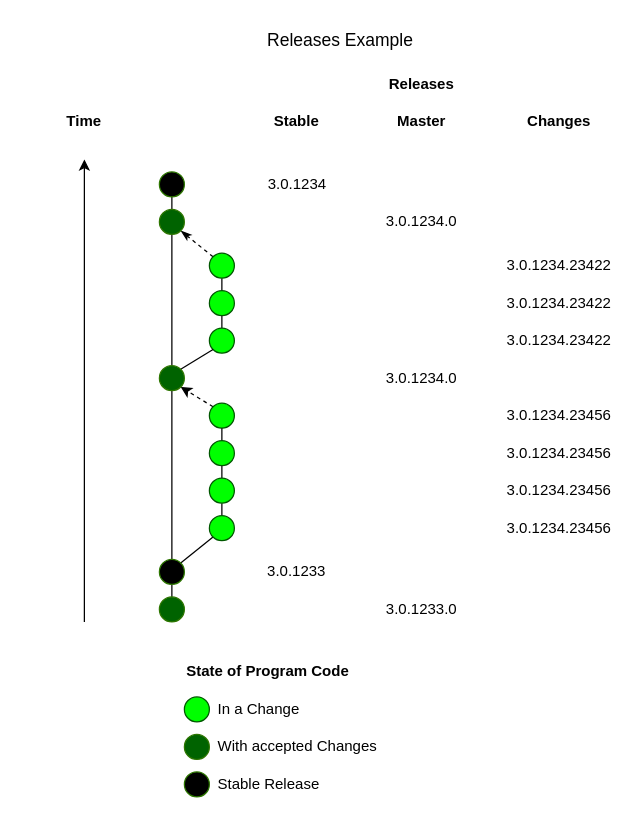
This is srcx/doc/project/_res/dev.drawio from Pingvin235/bgerp, a draw.io file, before an edit. Source tidied: cells renumbered, new cells numbered last; positions are measured from the earlier drawing's top-left corner, leaving out a move shared by most shapes. Both pictures are drawn from the tidied source at 125%, with x=0, y=0 at pixel (21, 21).
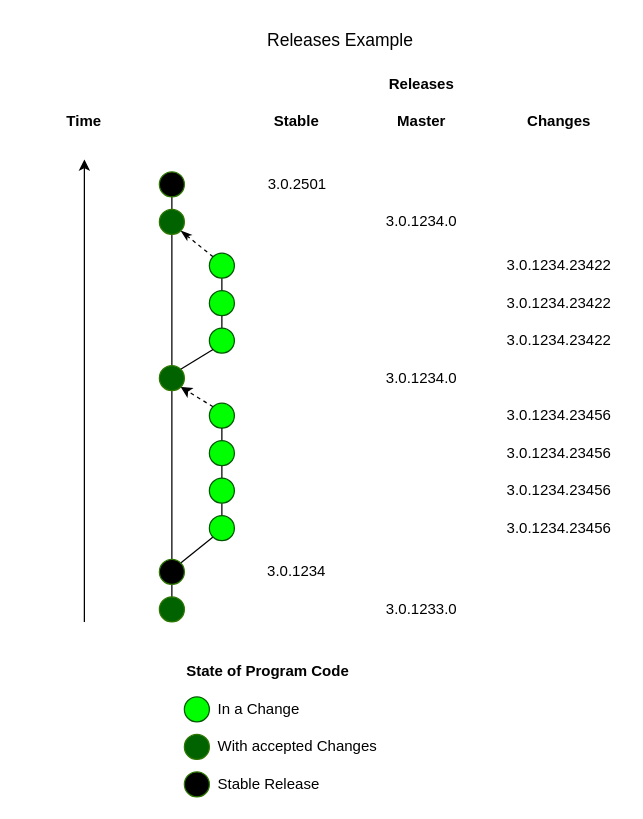
After the change.

Change to the diagram source:
```diff
@@
-    <mxCell id="9" value="3.0.1233" style="text;html=1;strokeColor=none;fillColor=none;align=center;verticalAlign=middle;whiteSpace=wrap;rounded=0;" parent="1" vertex="1">
+    <mxCell id="9" value="3.0.1234" style="text;html=1;strokeColor=none;fillColor=none;align=center;verticalAlign=middle;whiteSpace=wrap;rounded=0;" parent="1" vertex="1">
       <mxGeometry x="185" y="430" width="70" height="20" as="geometry" />
     </mxCell>
@@
-    <mxCell id="39" value="3.0.1234" style="text;html=1;strokeColor=none;fillColor=none;align=center;verticalAlign=middle;whiteSpace=wrap;rounded=0;" parent="1" vertex="1">
+    <mxCell id="39" value="3.0.2501" style="text;html=1;strokeColor=none;fillColor=none;align=center;verticalAlign=middle;whiteSpace=wrap;rounded=0;" parent="1" vertex="1">
       <mxGeometry x="182.5" y="120" width="75" height="20" as="geometry" />
     </mxCell>
```
